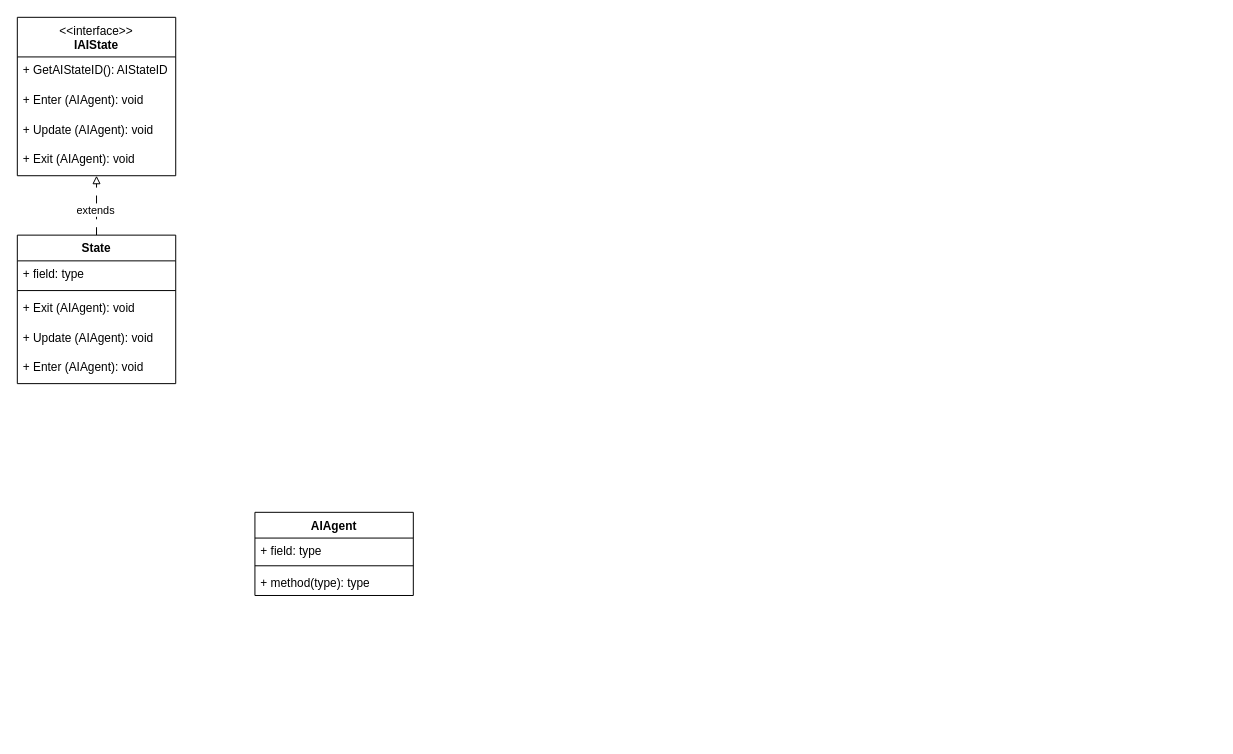
dana-jadzia/SGD213_Task-2-Wiki keeps this draw.io diagram as AI StateMachine.drawio. Above is the earlier version. Source tidied: cells renumbered, new cells numbered last; positions are measured from the earlier drawing's top-left corner, leaving out a move shared by most shapes. Both pictures are drawn from the tidied source at 99%, with x=0, y=0 at pixel (17, 17).
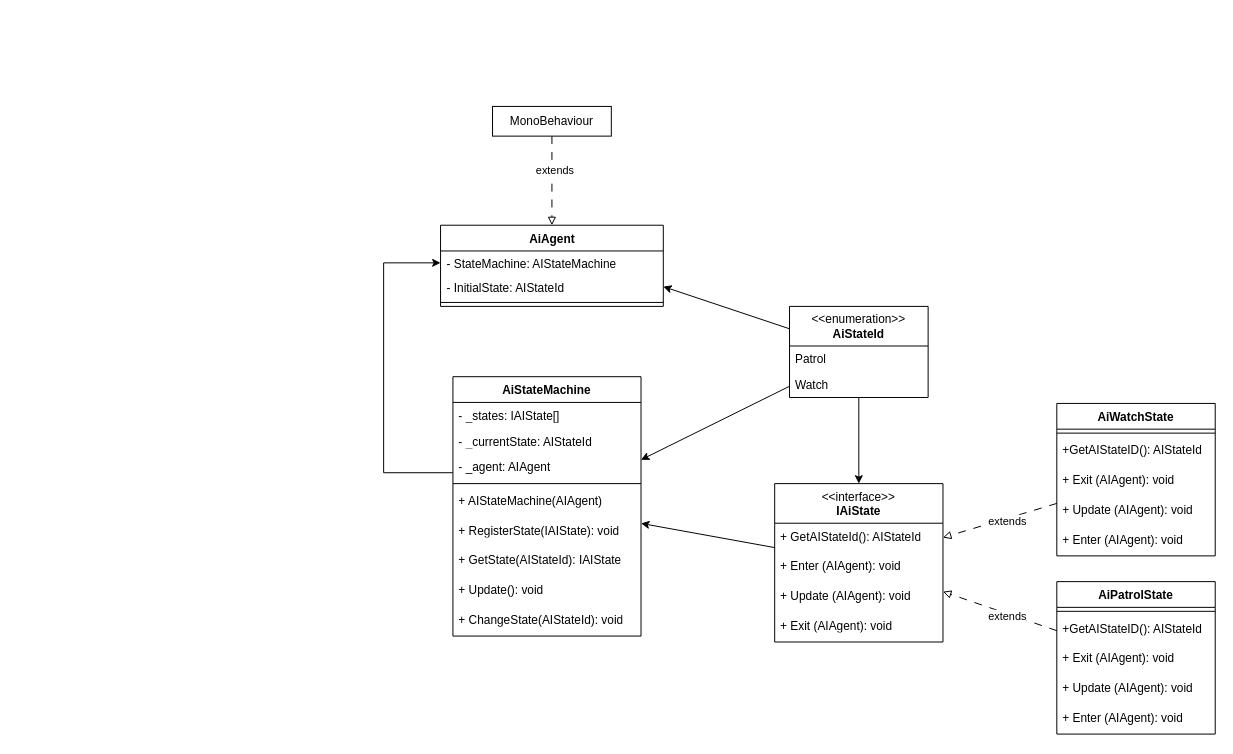
The same diagram, later.

The edit, as a diff of the source:
```diff
@@
+    <mxCell id="19" style="rounded=0;jettySize=auto;html=1;startSize=12;" parent="1" edge="1" source="14" target="27">
+      <mxGeometry relative="1" as="geometry" />
+    </mxCell>
-    <mxCell id="4" value="State" style="swimlane;fontStyle=1;align=center;verticalAlign=top;horizontal=1;startSize=26;whiteSpace=wrap;html=1;" parent="1" vertex="1">
-      <mxGeometry y="220" width="160" height="150" as="geometry" />
+    <mxCell id="4" value="AiWatchState" style="swimlane;fontStyle=1;align=center;verticalAlign=top;horizontal=1;startSize=26;whiteSpace=wrap;html=1;" parent="1" vertex="1">
+      <mxGeometry x="1050" y="390" width="160" height="154" as="geometry" />
     </mxCell>
-    <mxCell id="5" value="+ field: type" style="text;strokeColor=none;fillColor=none;align=left;verticalAlign=top;spacingLeft=4;spacingRight=4;overflow=hidden;whiteSpace=wrap;html=1;" parent="4" vertex="1">
-      <mxGeometry y="26" width="160" height="26" as="geometry" />
-    </mxCell>
     <mxCell id="6" style="line;strokeWidth=1;fillColor=none;align=left;verticalAlign=middle;spacingTop=-1;spacingLeft=3;spacingRight=3;labelPosition=right;strokeColor=inherit;" parent="4" vertex="1">
-      <mxGeometry y="52" width="160" height="8" as="geometry" />
+      <mxGeometry y="26" width="160" height="8" as="geometry" />
     </mxCell>
+    <mxCell id="20" value="+GetAIStateID(): AIStateId" style="text;strokeColor=none;fillColor=none;align=left;verticalAlign=top;spacingLeft=4;spacingRight=4;overflow=hidden;whiteSpace=wrap;html=1;" parent="4" vertex="1">
+      <mxGeometry y="34" width="160" height="30" as="geometry" />
+    </mxCell>
     <mxCell id="7" value="+ Exit (AIAgent): void" style="text;strokeColor=none;fillColor=none;align=left;verticalAlign=top;spacingLeft=4;spacingRight=4;overflow=hidden;whiteSpace=wrap;html=1;" parent="4" vertex="1">
-      <mxGeometry y="60" width="160" height="30" as="geometry" />
+      <mxGeometry y="64" width="160" height="30" as="geometry" />
     </mxCell>
     <mxCell id="8" value="&lt;div&gt;+ Update (AIAgent): void&lt;br&gt;&lt;div&gt;&lt;br&gt;&lt;br&gt;&lt;/div&gt;&lt;br&gt;&lt;/div&gt;" style="text;strokeColor=none;fillColor=none;align=left;verticalAlign=top;spacingLeft=4;spacingRight=4;overflow=hidden;whiteSpace=wrap;html=1;" parent="4" vertex="1">
-      <mxGeometry y="90" width="160" height="30" as="geometry" />
+      <mxGeometry y="94" width="160" height="30" as="geometry" />
     </mxCell>
     <mxCell id="9" value="&lt;div&gt;+ Enter (AIAgent): void&lt;br&gt;&lt;br&gt;&lt;/div&gt;" style="text;strokeColor=none;fillColor=none;align=left;verticalAlign=top;spacingLeft=4;spacingRight=4;overflow=hidden;whiteSpace=wrap;html=1;" parent="4" vertex="1">
-      <mxGeometry y="120" width="160" height="30" as="geometry" />
+      <mxGeometry y="124" width="160" height="30" as="geometry" />
     </mxCell>
-    <mxCell id="10" value="&lt;div&gt;AIAgent&lt;/div&gt;" style="swimlane;fontStyle=1;align=center;verticalAlign=top;horizontal=1;startSize=26;whiteSpace=wrap;html=1;" parent="1" vertex="1">
-      <mxGeometry x="240" y="500" width="160" height="84" as="geometry" />
+    <mxCell id="10" value="&lt;div&gt;AiAgent&lt;/div&gt;" style="swimlane;fontStyle=1;align=center;verticalAlign=top;horizontal=1;startSize=26;whiteSpace=wrap;html=1;" parent="1" vertex="1">
+      <mxGeometry x="427.5" y="210" width="225" height="82" as="geometry" />
     </mxCell>
-    <mxCell id="11" value="+ field: type" style="text;strokeColor=none;fillColor=none;align=left;verticalAlign=top;spacingLeft=4;spacingRight=4;overflow=hidden;points=[[0,0.5],[1,0.5]];portConstraint=eastwest;whiteSpace=wrap;html=1;" parent="10" vertex="1">
-      <mxGeometry y="26" width="160" height="24" as="geometry" />
+    <mxCell id="11" value="- StateMachine: AIStateMachine" style="text;strokeColor=none;fillColor=none;align=left;verticalAlign=top;spacingLeft=4;spacingRight=4;overflow=hidden;points=[[0,0.5],[1,0.5]];portConstraint=eastwest;whiteSpace=wrap;html=1;" parent="10" vertex="1">
+      <mxGeometry y="26" width="225" height="24" as="geometry" />
     </mxCell>
+    <mxCell id="21" value="- InitialState: AIStateId" style="text;strokeColor=none;fillColor=none;align=left;verticalAlign=top;spacingLeft=4;spacingRight=4;overflow=hidden;points=[[0,0.5],[1,0.5]];portConstraint=eastwest;whiteSpace=wrap;html=1;" parent="10" vertex="1">
+      <mxGeometry y="50" width="225" height="24" as="geometry" />
+    </mxCell>
     <mxCell id="12" style="line;strokeWidth=1;fillColor=none;align=left;verticalAlign=middle;spacingTop=-1;spacingLeft=3;spacingRight=3;labelPosition=right;strokeColor=inherit;" parent="10" vertex="1">
-      <mxGeometry y="50" width="160" height="8" as="geometry" />
+      <mxGeometry y="74" width="225" height="8" as="geometry" />
     </mxCell>
-    <mxCell id="13" value="+ method(type): type" style="text;strokeColor=none;fillColor=none;align=left;verticalAlign=top;spacingLeft=4;spacingRight=4;overflow=hidden;whiteSpace=wrap;html=1;" parent="10" vertex="1">
-      <mxGeometry y="58" width="160" height="26" as="geometry" />
-    </mxCell>
+    <mxCell id="22" style="rounded=0;jettySize=auto;html=1;" parent="1" edge="1" source="24" target="27">
+      <mxGeometry relative="1" as="geometry" />
+    </mxCell>
+    <mxCell id="23" style="rounded=0;jettySize=auto;html=1;entryX=1;entryY=0.5;entryDx=0;entryDy=0;" parent="1" edge="1" source="24" target="21">
+      <mxGeometry relative="1" as="geometry" />
+    </mxCell>
+    <mxCell id="24" value="&lt;div&gt;&amp;lt;&amp;lt;enumeration&amp;gt;&amp;gt;&lt;/div&gt;&lt;div&gt;&lt;b&gt;AiStateId&lt;/b&gt;&lt;/div&gt;" style="swimlane;fontStyle=0;horizontal=1;startSize=40;fillColor=none;whiteSpace=wrap;html=1;" parent="1" vertex="1">
+      <mxGeometry x="780" y="292" width="140" height="92" as="geometry" />
+    </mxCell>
+    <mxCell id="25" value="Patrol" style="text;strokeColor=none;fillColor=none;align=left;verticalAlign=top;spacingLeft=4;spacingRight=4;overflow=hidden;whiteSpace=wrap;html=1;" parent="24" vertex="1">
+      <mxGeometry y="40" width="140" height="26" as="geometry" />
+    </mxCell>
+    <mxCell id="26" value="Watch" style="text;strokeColor=none;fillColor=none;align=left;verticalAlign=top;spacingLeft=4;spacingRight=4;overflow=hidden;whiteSpace=wrap;html=1;" parent="24" vertex="1">
+      <mxGeometry y="66" width="140" height="26" as="geometry" />
+    </mxCell>
+    <mxCell id="27" value="AiStateMachine" style="swimlane;fontStyle=1;align=center;verticalAlign=top;horizontal=1;startSize=26;whiteSpace=wrap;html=1;" parent="1" vertex="1">
+      <mxGeometry x="440" y="363" width="190" height="262" as="geometry" />
+    </mxCell>
+    <mxCell id="28" value="- _states: IAIState[]" style="text;strokeColor=none;fillColor=none;align=left;verticalAlign=top;spacingLeft=4;spacingRight=4;overflow=hidden;whiteSpace=wrap;html=1;" parent="27" vertex="1">
+      <mxGeometry y="26" width="190" height="26" as="geometry" />
+    </mxCell>
+    <mxCell id="29" value="- _currentState: AIStateId" style="text;strokeColor=none;fillColor=none;align=left;verticalAlign=top;spacingLeft=4;spacingRight=4;overflow=hidden;whiteSpace=wrap;html=1;" parent="27" vertex="1">
+      <mxGeometry y="52" width="190" height="26" as="geometry" />
+    </mxCell>
+    <mxCell id="30" value="- _agent: AIAgent" style="text;strokeColor=none;fillColor=none;align=left;verticalAlign=top;spacingLeft=4;spacingRight=4;overflow=hidden;points=[[0,0.5],[1,0.5]];portConstraint=eastwest;whiteSpace=wrap;html=1;" parent="27" vertex="1">
+      <mxGeometry y="78" width="190" height="26" as="geometry" />
+    </mxCell>
+    <mxCell id="31" style="line;strokeWidth=1;fillColor=none;align=left;verticalAlign=middle;spacingTop=-1;spacingLeft=3;spacingRight=3;labelPosition=right;strokeColor=inherit;" parent="27" vertex="1">
+      <mxGeometry y="104" width="190" height="8" as="geometry" />
+    </mxCell>
+    <mxCell id="32" value="+ AIStateMachine(AIAgent)" style="text;strokeColor=none;fillColor=none;align=left;verticalAlign=top;spacingLeft=4;spacingRight=4;overflow=hidden;whiteSpace=wrap;html=1;" parent="27" vertex="1">
+      <mxGeometry y="112" width="190" height="30" as="geometry" />
+    </mxCell>
+    <mxCell id="33" value="+ RegisterState(IAIState): void" style="text;strokeColor=none;fillColor=none;align=left;verticalAlign=top;spacingLeft=4;spacingRight=4;overflow=hidden;whiteSpace=wrap;html=1;" parent="27" vertex="1">
+      <mxGeometry y="142" width="190" height="30" as="geometry" />
+    </mxCell>
+    <mxCell id="34" value="+ GetState(AIStateId): IAIState" style="text;strokeColor=none;fillColor=none;align=left;verticalAlign=top;spacingLeft=4;spacingRight=4;overflow=hidden;whiteSpace=wrap;html=1;" parent="27" vertex="1">
+      <mxGeometry y="172" width="190" height="30" as="geometry" />
+    </mxCell>
+    <mxCell id="35" value="+ Update(): void" style="text;strokeColor=none;fillColor=none;align=left;verticalAlign=top;spacingLeft=4;spacingRight=4;overflow=hidden;whiteSpace=wrap;html=1;" parent="27" vertex="1">
+      <mxGeometry y="202" width="190" height="30" as="geometry" />
+    </mxCell>
+    <mxCell id="36" value="+ ChangeState(AIStateId): void" style="text;strokeColor=none;fillColor=none;align=left;verticalAlign=top;spacingLeft=4;spacingRight=4;overflow=hidden;whiteSpace=wrap;html=1;" parent="27" vertex="1">
+      <mxGeometry y="232" width="190" height="30" as="geometry" />
+    </mxCell>
+    <mxCell id="37" style="rounded=0;jettySize=auto;html=1;startSize=12;endArrow=block;endFill=0;dashed=1;dashPattern=8 8;" parent="1" edge="1" source="39" target="10">
+      <mxGeometry relative="1" as="geometry" />
+    </mxCell>
+    <mxCell id="38" value="extends" style="edgeLabel;html=1;align=center;verticalAlign=middle;" parent="37" vertex="1">
+      <mxGeometry x="-0.25" y="2" relative="1" as="geometry" />
+    </mxCell>
+    <mxCell id="39" value="MonoBehaviour" style="html=1;whiteSpace=wrap;" parent="1" vertex="1">
+      <mxGeometry x="480" y="90" width="120" height="30" as="geometry" />
+    </mxCell>
+    <mxCell id="40" style="edgeStyle=orthogonalEdgeStyle;rounded=0;jettySize=auto;html=1;entryX=0;entryY=0.5;entryDx=0;entryDy=0;" parent="1" edge="1" source="30" target="11">
+      <mxGeometry relative="1" as="geometry">
+        <Array as="points">
+          <mxPoint x="370" y="460" />
+          <mxPoint x="370" y="248" />
+        </Array>
+      </mxGeometry>
+    </mxCell>
-    <mxCell id="14" value="&lt;div&gt;&lt;span style=&quot;font-weight: normal;&quot;&gt;&amp;lt;&amp;lt;interface&amp;gt;&amp;gt;&lt;/span&gt;&lt;/div&gt;&lt;div&gt;IAIState&lt;/div&gt;" style="swimlane;fontStyle=1;align=center;verticalAlign=top;horizontal=1;startSize=40;whiteSpace=wrap;html=1;direction=east;" parent="1" vertex="1">
-      <mxGeometry width="160" height="160" as="geometry" />
+    <mxCell id="14" value="&lt;div&gt;&lt;span style=&quot;font-weight: normal;&quot;&gt;&amp;lt;&amp;lt;interface&amp;gt;&amp;gt;&lt;/span&gt;&lt;/div&gt;&lt;div&gt;IAiState&lt;/div&gt;" style="swimlane;fontStyle=1;align=center;verticalAlign=top;horizontal=1;startSize=40;whiteSpace=wrap;html=1;direction=east;" parent="1" vertex="1">
+      <mxGeometry x="765" y="471" width="170" height="160" as="geometry" />
     </mxCell>
-    <mxCell id="15" value="+ GetAIStateID(): AIStateID" style="text;strokeColor=none;fillColor=none;align=left;verticalAlign=top;spacingLeft=4;spacingRight=4;overflow=hidden;whiteSpace=wrap;html=1;" parent="14" vertex="1">
-      <mxGeometry y="40" width="160" height="30" as="geometry" />
+    <mxCell id="15" value="+ GetAIStateId(): AIStateId" style="text;strokeColor=none;fillColor=none;align=left;verticalAlign=top;spacingLeft=4;spacingRight=4;overflow=hidden;whiteSpace=wrap;html=1;" parent="14" vertex="1">
+      <mxGeometry y="40" width="170" height="30" as="geometry" />
     </mxCell>
     <mxCell id="16" value="&lt;div&gt;+ Enter (AIAgent): void&lt;br&gt;&lt;br&gt;&lt;/div&gt;" style="text;strokeColor=none;fillColor=none;align=left;verticalAlign=top;spacingLeft=4;spacingRight=4;overflow=hidden;whiteSpace=wrap;html=1;" parent="14" vertex="1">
-      <mxGeometry y="70" width="160" height="30" as="geometry" />
+      <mxGeometry y="70" width="170" height="30" as="geometry" />
     </mxCell>
     <mxCell id="17" value="&lt;div&gt;+ Update (AIAgent): void&lt;br&gt;&lt;div&gt;&lt;br&gt;&lt;br&gt;&lt;/div&gt;&lt;br&gt;&lt;/div&gt;" style="text;strokeColor=none;fillColor=none;align=left;verticalAlign=top;spacingLeft=4;spacingRight=4;overflow=hidden;whiteSpace=wrap;html=1;" parent="14" vertex="1">
-      <mxGeometry y="100" width="160" height="30" as="geometry" />
+      <mxGeometry y="100" width="170" height="30" as="geometry" />
     </mxCell>
     <mxCell id="18" value="+ Exit (AIAgent): void" style="text;strokeColor=none;fillColor=none;align=left;verticalAlign=top;spacingLeft=4;spacingRight=4;overflow=hidden;whiteSpace=wrap;html=1;" parent="14" vertex="1">
-      <mxGeometry y="130" width="160" height="30" as="geometry" />
+      <mxGeometry y="130" width="170" height="30" as="geometry" />
     </mxCell>
+    <mxCell id="41" style="rounded=0;jettySize=auto;html=1;startSize=12;" parent="1" edge="1" source="24" target="14">
+      <mxGeometry relative="1" as="geometry" />
+    </mxCell>
+    <mxCell id="42" value="AiPatrolState" style="swimlane;fontStyle=1;align=center;verticalAlign=top;horizontal=1;startSize=26;whiteSpace=wrap;html=1;" parent="1" vertex="1">
+      <mxGeometry x="1050" y="570" width="160" height="154" as="geometry" />
+    </mxCell>
+    <mxCell id="43" style="line;strokeWidth=1;fillColor=none;align=left;verticalAlign=middle;spacingTop=-1;spacingLeft=3;spacingRight=3;labelPosition=right;strokeColor=inherit;" parent="42" vertex="1">
+      <mxGeometry y="26" width="160" height="8" as="geometry" />
+    </mxCell>
+    <mxCell id="44" value="+GetAIStateID(): AIStateId" style="text;strokeColor=none;fillColor=none;align=left;verticalAlign=top;spacingLeft=4;spacingRight=4;overflow=hidden;whiteSpace=wrap;html=1;" parent="42" vertex="1">
+      <mxGeometry y="34" width="160" height="30" as="geometry" />
+    </mxCell>
+    <mxCell id="45" value="+ Exit (AIAgent): void" style="text;strokeColor=none;fillColor=none;align=left;verticalAlign=top;spacingLeft=4;spacingRight=4;overflow=hidden;whiteSpace=wrap;html=1;" parent="42" vertex="1">
+      <mxGeometry y="64" width="160" height="30" as="geometry" />
+    </mxCell>
+    <mxCell id="46" value="&lt;div&gt;+ Update (AIAgent): void&lt;br&gt;&lt;div&gt;&lt;br&gt;&lt;br&gt;&lt;/div&gt;&lt;br&gt;&lt;/div&gt;" style="text;strokeColor=none;fillColor=none;align=left;verticalAlign=top;spacingLeft=4;spacingRight=4;overflow=hidden;whiteSpace=wrap;html=1;" parent="42" vertex="1">
+      <mxGeometry y="94" width="160" height="30" as="geometry" />
+    </mxCell>
+    <mxCell id="47" value="&lt;div&gt;+ Enter (AIAgent): void&lt;br&gt;&lt;br&gt;&lt;/div&gt;" style="text;strokeColor=none;fillColor=none;align=left;verticalAlign=top;spacingLeft=4;spacingRight=4;overflow=hidden;whiteSpace=wrap;html=1;" parent="42" vertex="1">
+      <mxGeometry y="124" width="160" height="30" as="geometry" />
+    </mxCell>
+    <mxCell id="48" style="rounded=0;jettySize=auto;html=1;dashed=1;dashPattern=8 8;endArrow=block;endFill=0;startSize=12;" parent="1" edge="1" source="42" target="14">
+      <mxGeometry relative="1" as="geometry" />
+    </mxCell>
+    <mxCell id="49" value="extends" style="edgeLabel;html=1;align=center;verticalAlign=middle;" parent="48" vertex="1">
+      <mxGeometry x="-0.12" y="2" relative="1" as="geometry" />
+    </mxCell>
```
